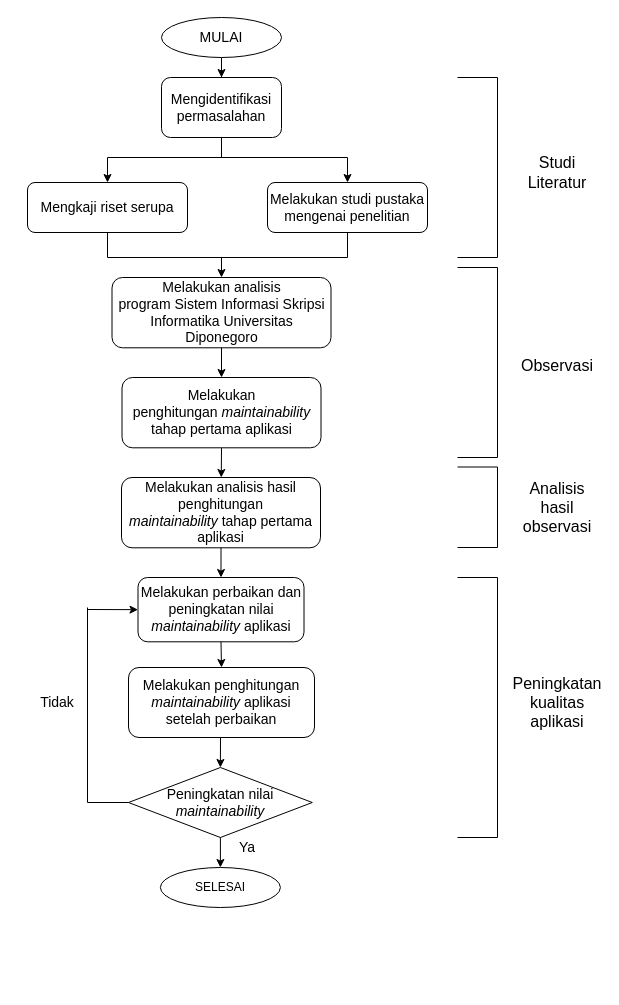
This is Bismillah S.Kom/flowchart skripsi juan.drawio from juannjuu/SkripsiQ, a draw.io file, before an edit. Source tidied: cells renumbered, new cells numbered last; positions are measured from the earlier drawing's top-left corner, leaving out a move shared by most shapes. Both pictures are drawn from the tidied source at 100%, with x=0, y=0 at pixel (27, 17).
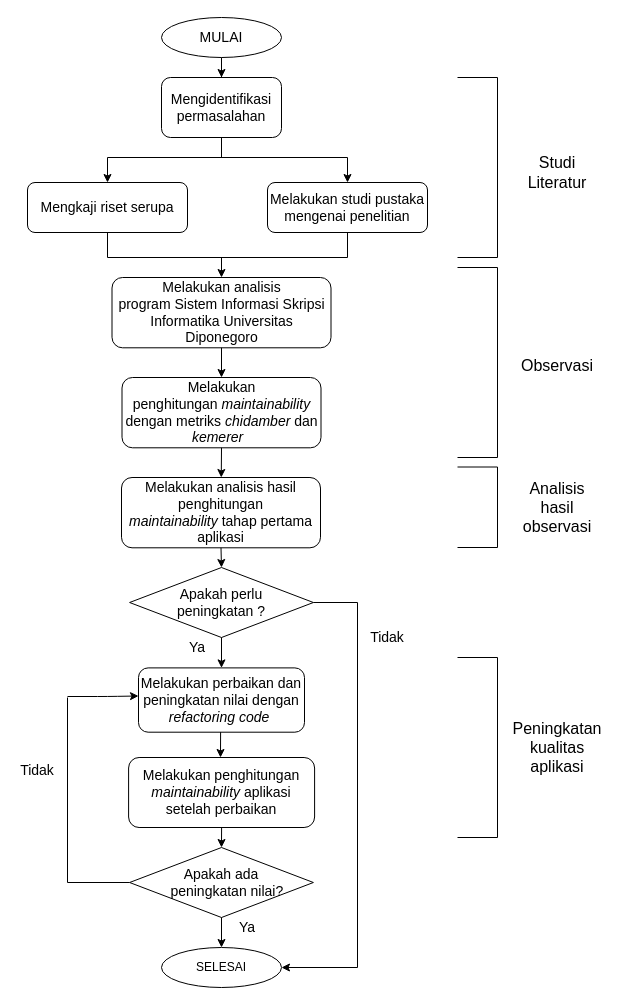
After the change.

The change refers to these unchanged cells:
```xml
<mxCell id="18" value="Melakukan analisis hasil penghitungan &lt;i style=&quot;font-size: 14px;&quot;&gt;maintainability&lt;/i&gt;&amp;nbsp;tahap pertama aplikasi" style="rounded=1;whiteSpace=wrap;html=1;fontSize=14;" parent="1" vertex="1">
  <mxGeometry x="94" y="460" width="199" height="70.3" as="geometry" />
</mxCell>
```

What changed in the source:
```diff
@@
-    <mxCell id="16" value="Melakukan penghitungan&amp;nbsp;&lt;i style=&quot;font-size: 14px;&quot;&gt;maintainability &lt;/i&gt;tahap&lt;i style=&quot;font-size: 14px;&quot;&gt;&amp;nbsp;&lt;/i&gt;pertama&amp;nbsp;aplikasi" style="rounded=1;whiteSpace=wrap;html=1;fontSize=14;" parent="1" vertex="1">
+    <mxCell id="16" value="Melakukan penghitungan&amp;nbsp;&lt;i style=&quot;font-size: 14px&quot;&gt;maintainability &lt;/i&gt;&lt;span style=&quot;font-size: 14px&quot;&gt;dengan &lt;/span&gt;&lt;span style=&quot;font-size: 14px&quot;&gt;metriks &lt;i&gt;chidamber &lt;/i&gt;dan &lt;i&gt;kemerer&lt;/i&gt;&amp;nbsp;&lt;/span&gt;&lt;i style=&quot;font-size: 14px&quot;&gt;&amp;nbsp;&lt;/i&gt;" style="rounded=1;whiteSpace=wrap;html=1;fontSize=14;" parent="1" vertex="1">
       <mxGeometry x="94.5" y="360" width="199" height="70.3" as="geometry" />
     </mxCell>
@@
-    <mxCell id="20" style="endArrow=classic;html=1;exitX=0.5;exitY=1;exitDx=0;exitDy=0;entryX=0.5;entryY=0;entryDx=0;entryDy=0;" parent="1" edge="1" source="18" target="21">
-      <mxGeometry x="334.5" y="300" as="geometry" />
-    </mxCell>
-    <mxCell id="21" value="Melakukan perbaikan dan peningkatan nilai &lt;i style=&quot;font-size: 14px;&quot;&gt;maintainability&lt;/i&gt; aplikasi" style="rounded=1;whiteSpace=wrap;html=1;fontSize=14;" parent="1" vertex="1">
-      <mxGeometry x="110.5" y="560" width="166" height="64.3" as="geometry" />
+    <mxCell id="21" value="Melakukan perbaikan dan peningkatan nilai dengan &lt;i&gt;refactoring code&amp;nbsp;&lt;/i&gt;" style="rounded=1;whiteSpace=wrap;html=1;fontSize=14;" parent="1" vertex="1">
+      <mxGeometry x="111" y="650.4" width="166" height="64.3" as="geometry" />
     </mxCell>
     <mxCell id="22" value="&lt;font style=&quot;font-size: 14px&quot;&gt;Melakukan penghitungan &lt;i&gt;maintainability&lt;/i&gt;&amp;nbsp;aplikasi setelah perbaikan&lt;/font&gt;" style="rounded=1;whiteSpace=wrap;html=1;" parent="1" vertex="1">
-      <mxGeometry x="101" y="650" width="186" height="70" as="geometry" />
+      <mxGeometry x="101.1" y="740" width="186" height="70" as="geometry" />
     </mxCell>
-    <mxCell id="23" style="endArrow=classic;html=1;entryX=0.5;entryY=0;entryDx=0;entryDy=0;exitX=0.5;exitY=1;exitDx=0;exitDy=0;" parent="1" edge="1" source="21" target="22">
-      <mxGeometry x="314" y="330" as="geometry" />
-    </mxCell>
@@
-    <mxCell id="39" value="Peningkatan nilai &lt;i&gt;maintainability&lt;/i&gt;" style="rhombus;whiteSpace=wrap;html=1;fontSize=14;" parent="1" vertex="1">
-      <mxGeometry x="101" y="750" width="183.8" height="70" as="geometry" />
+    <mxCell id="39" value="Apakah ada &lt;br&gt;&amp;nbsp; &amp;nbsp;peningkatan nilai?" style="rhombus;whiteSpace=wrap;html=1;fontSize=14;" parent="1" vertex="1">
+      <mxGeometry x="102.1" y="830" width="183.8" height="70" as="geometry" />
     </mxCell>
-    <mxCell id="40" style="endArrow=none;html=1;fontSize=14;entryX=0;entryY=0.5;entryDx=0;entryDy=0;" parent="1" edge="1" target="39">
-      <mxGeometry relative="1" as="geometry">
-        <mxPoint x="60" y="785" as="sourcePoint" />
-      </mxGeometry>
-    </mxCell>
     <mxCell id="41" style="endArrow=none;html=1;fontSize=14;" parent="1" edge="1">
       <mxGeometry relative="1" as="geometry">
-        <mxPoint x="60" y="785" as="sourcePoint" />
-        <mxPoint x="60" y="590" as="targetPoint" />
+        <mxPoint x="40" y="865" as="sourcePoint" />
+        <mxPoint x="40" y="680" as="targetPoint" />
       </mxGeometry>
     </mxCell>
-    <mxCell id="42" style="endArrow=classic;html=1;entryX=0;entryY=0.5;entryDx=0;entryDy=0;" parent="1" edge="1" target="21">
-      <mxGeometry x="324" y="340" as="geometry">
-        <mxPoint x="60" y="592" as="sourcePoint" />
+    <mxCell id="42" style="endArrow=classic;html=1;entryX=0;entryY=0.5;entryDx=0;entryDy=0;" parent="1" edge="1">
+      <mxGeometry x="324" y="336" as="geometry">
+        <mxPoint x="40" y="679" as="sourcePoint" />
+        <mxPoint x="111" y="678.5" as="targetPoint" />
+        <Array as="points">
+          <mxPoint x="80" y="679" />
+        </Array>
       </mxGeometry>
     </mxCell>
     <mxCell id="43" value="Tidak" style="text;html=1;strokeColor=none;fillColor=none;align=center;verticalAlign=middle;whiteSpace=wrap;rounded=0;fontSize=14;" parent="1" vertex="1">
-      <mxGeometry x="10" y="675" width="40" height="20" as="geometry" />
+      <mxGeometry x="340" y="610" width="40" height="20" as="geometry" />
     </mxCell>
-    <mxCell id="44" style="endArrow=classic;html=1;entryX=0.5;entryY=0;entryDx=0;entryDy=0;" parent="1" edge="1" target="39">
-      <mxGeometry x="324" y="340" as="geometry">
-        <mxPoint x="193" y="720" as="sourcePoint" />
-      </mxGeometry>
-    </mxCell>
     <mxCell id="45" value="SELESAI" style="ellipse;whiteSpace=wrap;html=1;" parent="1" vertex="1">
-      <mxGeometry x="132.9" y="850" width="120" height="40" as="geometry" />
+      <mxGeometry x="134" y="930" width="120" height="40" as="geometry" />
     </mxCell>
-    <mxCell id="46" style="endArrow=classic;html=1;entryX=0.5;entryY=0;entryDx=0;entryDy=0;exitX=0.5;exitY=1;exitDx=0;exitDy=0;" parent="1" edge="1" source="39">
-      <mxGeometry x="373" y="470" as="geometry">
-        <mxPoint x="192.9" y="850" as="targetPoint" />
-      </mxGeometry>
+    <mxCell id="46" style="endArrow=classic;html=1;entryX=0.5;entryY=0;entryDx=0;entryDy=0;exitX=0.5;exitY=1;exitDx=0;exitDy=0;" parent="1" edge="1" source="39" target="45">
+      <mxGeometry x="373" y="470" as="geometry" />
     </mxCell>
     <mxCell id="47" value="Ya" style="text;html=1;strokeColor=none;fillColor=none;align=center;verticalAlign=middle;whiteSpace=wrap;rounded=0;fontSize=14;" parent="1" vertex="1">
-      <mxGeometry x="200" y="820" width="40" height="20" as="geometry" />
+      <mxGeometry x="200" y="900" width="40" height="20" as="geometry" />
     </mxCell>
     <mxCell id="48" style="group;" parent="1" vertex="1">
-      <mxGeometry x="430" y="560" width="40" height="260" as="geometry" />
+      <mxGeometry x="430" y="640" width="40" height="180" as="geometry" />
     </mxCell>
     <mxCell id="49" style="endArrow=none;html=1;" parent="48" edge="1">
       <mxGeometry relative="1" as="geometry">
-        <mxPoint x="40" y="260" as="sourcePoint" />
+        <mxPoint x="40" y="180" as="sourcePoint" />
         <mxPoint x="40" as="targetPoint" />
       </mxGeometry>
     </mxCell>
     <mxCell id="50" style="endArrow=none;html=1;" parent="48" edge="1">
       <mxGeometry relative="1" as="geometry">
-        <mxPoint x="40" y="260" as="sourcePoint" />
-        <mxPoint y="260" as="targetPoint" />
+        <mxPoint x="40" y="180" as="sourcePoint" />
+        <mxPoint y="180" as="targetPoint" />
       </mxGeometry>
     </mxCell>
@@
     <mxCell id="52" value="Peningkatan kualitas aplikasi" style="text;html=1;strokeColor=none;fillColor=none;align=center;verticalAlign=middle;whiteSpace=wrap;rounded=0;fontSize=16;" parent="1" vertex="1">
-      <mxGeometry x="510" y="672.5" width="40" height="25" as="geometry" />
+      <mxGeometry x="510" y="717.5" width="40" height="25" as="geometry" />
     </mxCell>
+    <mxCell id="53" style="endArrow=classic;html=1;entryX=0.5;entryY=0;entryDx=0;entryDy=0;exitX=0.5;exitY=1;exitDx=0;exitDy=0;" parent="1" edge="1" source="22" target="39">
+      <mxGeometry x="383" y="480" as="geometry" />
+    </mxCell>
+    <mxCell id="54" value="Apakah perlu &lt;br&gt;peningkatan ?" style="rhombus;whiteSpace=wrap;html=1;fontSize=14;" parent="1" vertex="1">
+      <mxGeometry x="102.1" y="550" width="183.8" height="70" as="geometry" />
+    </mxCell>
+    <mxCell id="55" style="endArrow=classic;html=1;exitX=0.5;exitY=1;exitDx=0;exitDy=0;entryX=0.5;entryY=0;entryDx=0;entryDy=0;" parent="1" edge="1" source="18" target="54">
+      <mxGeometry x="334.5" y="300" as="geometry" />
+    </mxCell>
+    <mxCell id="56" style="endArrow=classic;html=1;exitX=0.5;exitY=1;exitDx=0;exitDy=0;entryX=0.5;entryY=0;entryDx=0;entryDy=0;" parent="1" edge="1" source="54" target="21">
+      <mxGeometry x="344.5" y="310" as="geometry" />
+    </mxCell>
+    <mxCell id="57" value="Ya" style="text;html=1;strokeColor=none;fillColor=none;align=center;verticalAlign=middle;whiteSpace=wrap;rounded=0;fontSize=14;" parent="1" vertex="1">
+      <mxGeometry x="150" y="620" width="40" height="20" as="geometry" />
+    </mxCell>
+    <mxCell id="58" style="endArrow=none;html=1;fontSize=14;" parent="1" edge="1">
+      <mxGeometry relative="1" as="geometry">
+        <mxPoint x="330" y="950" as="sourcePoint" />
+        <mxPoint x="330" y="585" as="targetPoint" />
+      </mxGeometry>
+    </mxCell>
+    <mxCell id="59" style="endArrow=classic;html=1;entryX=1;entryY=0.5;entryDx=0;entryDy=0;" parent="1" edge="1" target="45">
+      <mxGeometry x="383" y="480" as="geometry">
+        <mxPoint x="330" y="950" as="sourcePoint" />
+      </mxGeometry>
+    </mxCell>
+    <mxCell id="60" style="endArrow=none;html=1;exitX=1;exitY=0.5;exitDx=0;exitDy=0;" parent="1" edge="1" source="54">
+      <mxGeometry relative="1" as="geometry">
+        <mxPoint x="330" y="585" as="targetPoint" />
+      </mxGeometry>
+    </mxCell>
+    <mxCell id="61" style="endArrow=none;html=1;entryX=0;entryY=0.5;entryDx=0;entryDy=0;" parent="1" edge="1" target="39">
+      <mxGeometry relative="1" as="geometry">
+        <mxPoint x="40" y="865" as="sourcePoint" />
+      </mxGeometry>
+    </mxCell>
+    <mxCell id="62" value="Tidak" style="text;html=1;strokeColor=none;fillColor=none;align=center;verticalAlign=middle;whiteSpace=wrap;rounded=0;fontSize=14;" parent="1" vertex="1">
+      <mxGeometry x="-10" y="742.5" width="40" height="20" as="geometry" />
+    </mxCell>
+    <mxCell id="63" style="endArrow=classic;html=1;exitX=0.5;exitY=1;exitDx=0;exitDy=0;" parent="1" edge="1">
+      <mxGeometry x="382" y="384.7" as="geometry">
+        <mxPoint x="193.1" y="714.6" as="sourcePoint" />
+        <mxPoint x="193" y="740" as="targetPoint" />
+      </mxGeometry>
+    </mxCell>
```
